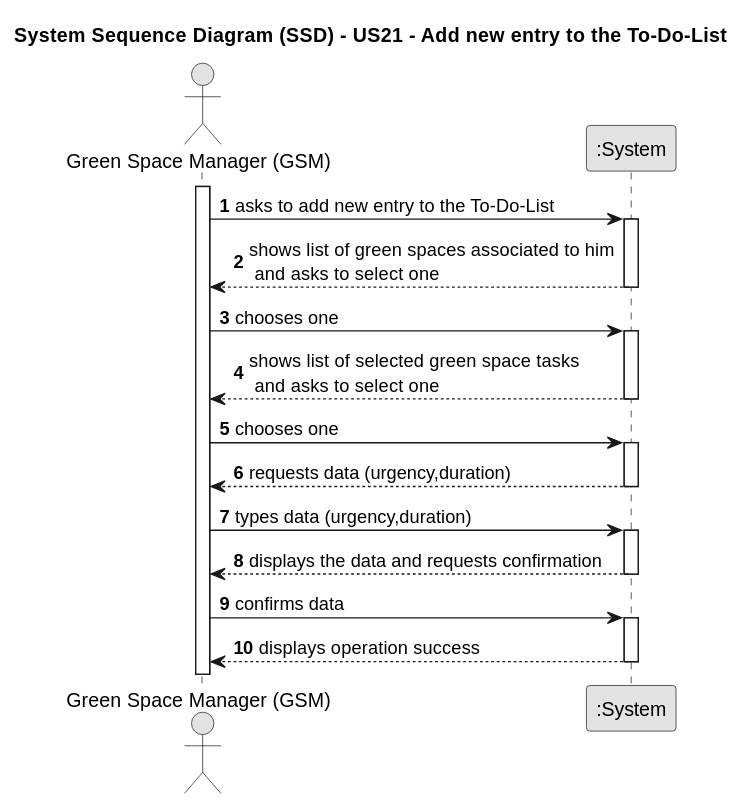
The PlantUML diagram docs/sprint3/us21/01.requirements-engineering/svg/us21-system-sequence-diagram.svg in Departamento-de-Engenharia-Informatica/lei-24-s2-1db-g022, before a commit.
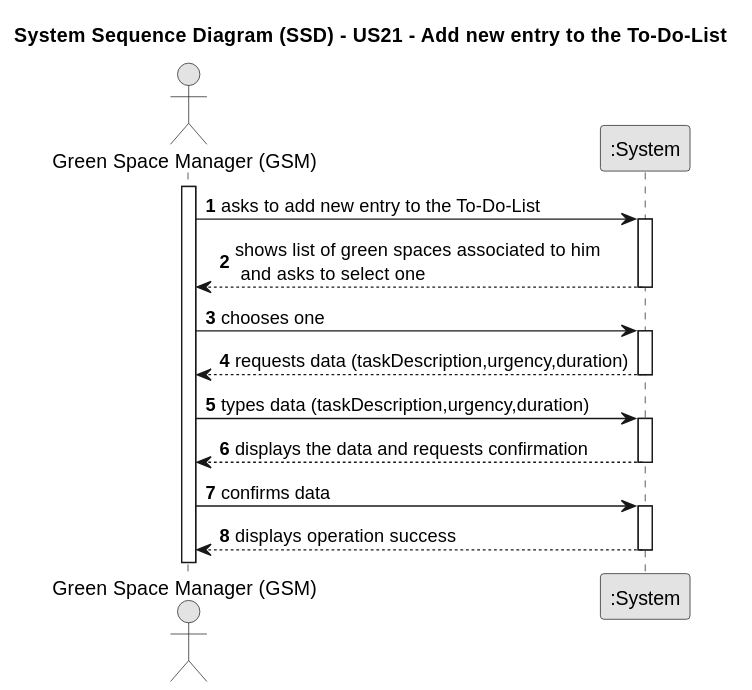
After the change.

What changed in the source:
```diff
@@ -21,18 +21,10 @@
     GSM->System: chooses one
     activate System
 
-        System --> GSM : shows list of selected green space tasks\n and asks to select one
-
+        System --> GSM : requests data (taskDescription,urgency,duration)
     deactivate System
 
-
-    GSM -> System : chooses one
-    activate System
-
-        System --> GSM : requests data (urgency,duration)
-    deactivate System
-
-    GSM -> System : types data (urgency,duration)
+    GSM -> System : types data (taskDescription,urgency,duration)
     activate System
 
         System --> GSM : displays the data and requests confirmation
```
